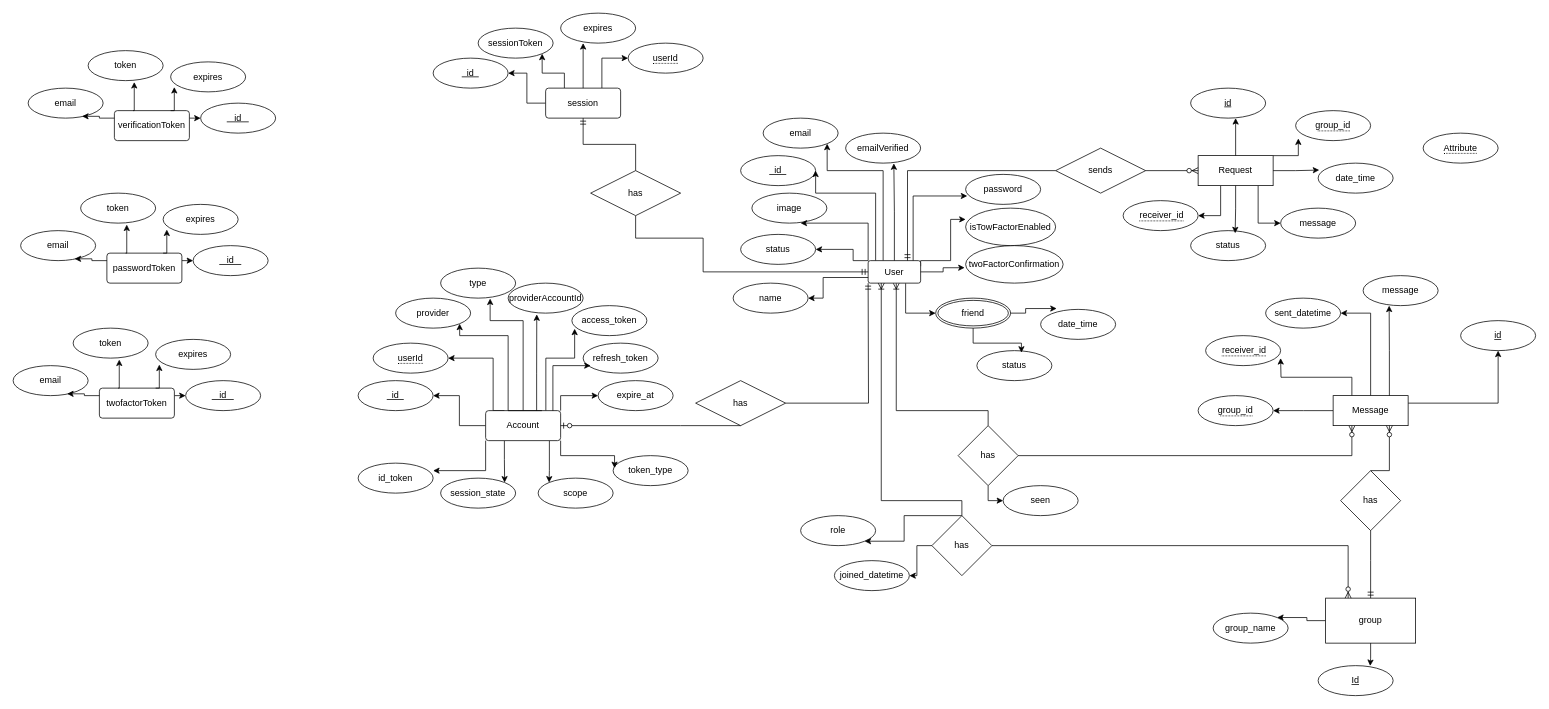
The draw.io diagram projectFiles/ERd.drawio in janaka4345/chatroom2, before the edit. Source tidied: cells renumbered, new cells numbered last; positions are measured from the earlier drawing's top-left corner, leaving out a move shared by most shapes. Both pictures are drawn from the tidied source at 75%, with x=0, y=0 at pixel (13, 13).
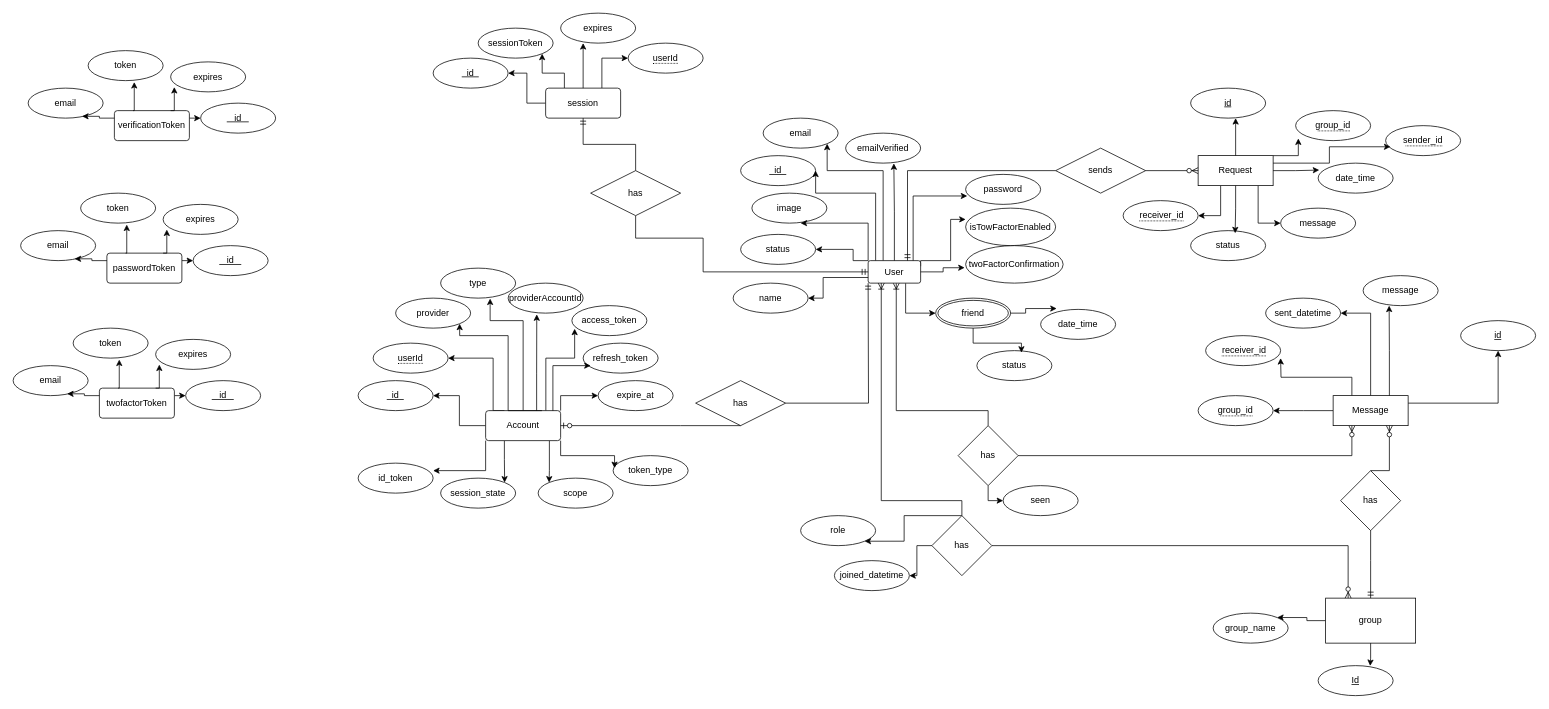
The same diagram, later.

The change refers to these unchanged cells:
```xml
<mxCell id="117" value="Request" style="whiteSpace=wrap;html=1;align=center;" parent="1" vertex="1">
  <mxGeometry x="1580" y="190" width="100" height="40" as="geometry" />
</mxCell>
```

Diff of the diagram source:
```diff
@@
-    <mxCell id="138" value="&lt;span style=&quot;border-bottom: 1px dotted&quot;&gt;Attribute&lt;/span&gt;" style="ellipse;whiteSpace=wrap;html=1;align=center;" parent="1" vertex="1">
-      <mxGeometry x="1880" y="160" width="100" height="40" as="geometry" />
+    <mxCell id="138" value="&lt;span style=&quot;border-bottom: 1px dotted&quot;&gt;sender_id&lt;/span&gt;" style="ellipse;whiteSpace=wrap;html=1;align=center;" parent="1" vertex="1">
+      <mxGeometry x="1830" y="150" width="100" height="40" as="geometry" />
     </mxCell>
@@
+    <mxCell id="142" style="edgeStyle=orthogonalEdgeStyle;rounded=0;jettySize=auto;html=1;entryX=0.064;entryY=0.705;entryDx=0;entryDy=0;entryPerimeter=0;" parent="1" edge="1" source="117" target="138">
+      <mxGeometry relative="1" as="geometry">
+        <Array as="points">
+          <mxPoint x="1755" y="200" />
+          <mxPoint x="1755" y="178" />
+        </Array>
+      </mxGeometry>
+    </mxCell>
```
